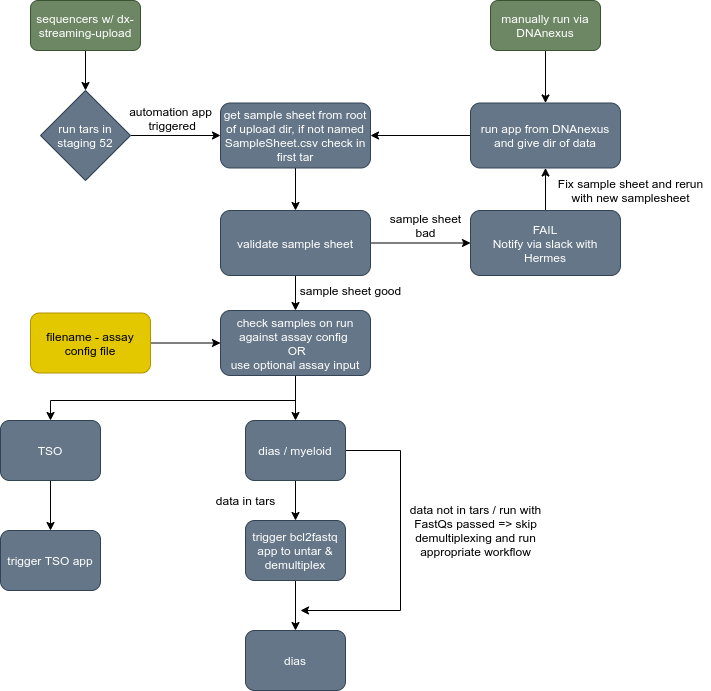
Above: images/workflow.png in eastgenomics/eggd_conductor (draw.io), before the change. Source tidied: cells renumbered, new cells last; positions are measured from the earlier drawing's top-left corner, leaving out a move shared by most shapes.
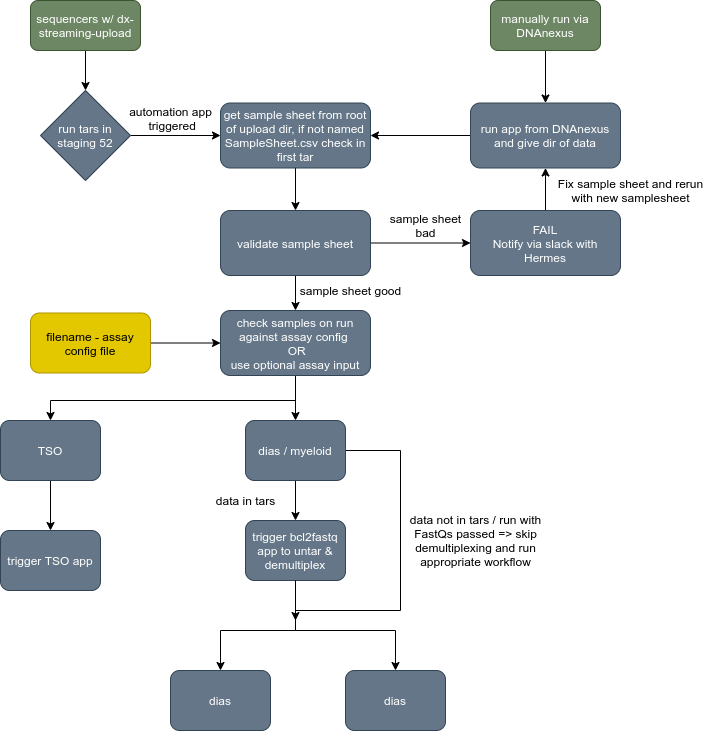
Later version of the same file.

Commit message:
update workflow diagram

Change to the diagram source:
```diff
@@ -81,9 +81,11 @@
     </mxCell>
     <mxCell id="26" style="edgeStyle=orthogonalEdgeStyle;rounded=0;jettySize=auto;html=1;strokeColor=#000000;" parent="1" edge="1" source="28">
       <mxGeometry relative="1" as="geometry">
-        <mxPoint x="300" y="610" as="targetPoint" />
+        <mxPoint x="295" y="620" as="targetPoint" />
         <Array as="points">
           <mxPoint x="400" y="450" />
+          <mxPoint x="400" y="610" />
+          <mxPoint x="295" y="610" />
         </Array>
       </mxGeometry>
     </mxCell>
@@ -99,8 +101,13 @@
     <mxCell id="30" value="TSO" style="rounded=1;whiteSpace=wrap;html=1;fillColor=#647687;strokeColor=#314354;fontColor=#ffffff;" parent="1" vertex="1">
       <mxGeometry y="420" width="100" height="60" as="geometry" />
     </mxCell>
-    <mxCell id="31" style="edgeStyle=orthogonalEdgeStyle;rounded=0;jettySize=auto;html=1;strokeColor=#000000;" parent="1" edge="1" source="32" target="34">
-      <mxGeometry relative="1" as="geometry" />
+    <mxCell id="31" style="edgeStyle=orthogonalEdgeStyle;rounded=0;jettySize=auto;html=1;strokeColor=#000000;entryX=0.5;entryY=0;entryDx=0;entryDy=0;" parent="1" edge="1" source="32" target="37">
+      <mxGeometry relative="1" as="geometry">
+        <Array as="points">
+          <mxPoint x="295" y="630" />
+          <mxPoint x="220" y="630" />
+        </Array>
+      </mxGeometry>
     </mxCell>
     <mxCell id="32" value="trigger bcl2fastq app to untar &amp;amp; demultiplex" style="rounded=1;whiteSpace=wrap;html=1;fillColor=#647687;strokeColor=#314354;fontColor=#ffffff;" parent="1" vertex="1">
       <mxGeometry x="245" y="520" width="100" height="60" as="geometry" />
@@ -109,13 +116,24 @@
       <mxGeometry x="210" y="490" width="70" height="20" as="geometry" />
     </mxCell>
     <mxCell id="34" value="dias" style="rounded=1;whiteSpace=wrap;html=1;fillColor=#647687;strokeColor=#314354;fontColor=#ffffff;" parent="1" vertex="1">
-      <mxGeometry x="245" y="630" width="100" height="60" as="geometry" />
+      <mxGeometry x="345" y="670" width="100" height="60" as="geometry" />
     </mxCell>
     <mxCell id="35" value="&lt;font color=&quot;#000000&quot;&gt;data not in tars / run with&lt;br&gt;FastQs passed =&amp;gt; skip&lt;br&gt;demultiplexing and run&lt;br&gt;appropriate workflow&lt;br&gt;&lt;/font&gt;" style="text;html=1;align=center;verticalAlign=middle;strokeColor=none;" parent="1" vertex="1">
-      <mxGeometry x="400" y="500" width="150" height="60" as="geometry" />
+      <mxGeometry x="400" y="510" width="150" height="60" as="geometry" />
     </mxCell>
     <mxCell id="36" value="trigger TSO app" style="rounded=1;whiteSpace=wrap;html=1;fillColor=#647687;strokeColor=#314354;fontColor=#ffffff;" parent="1" vertex="1">
       <mxGeometry y="530" width="100" height="60" as="geometry" />
     </mxCell>
+    <mxCell id="37" value="dias" style="rounded=1;whiteSpace=wrap;html=1;fillColor=#647687;strokeColor=#314354;fontColor=#ffffff;" parent="1" vertex="1">
+      <mxGeometry x="170" y="670" width="100" height="60" as="geometry" />
+    </mxCell>
+    <mxCell id="38" style="edgeStyle=orthogonalEdgeStyle;rounded=0;jettySize=auto;html=1;strokeColor=#000000;entryX=0.5;entryY=0;entryDx=0;entryDy=0;exitX=0.5;exitY=1;exitDx=0;exitDy=0;" parent="1" edge="1" source="32" target="34">
+      <mxGeometry relative="1" as="geometry">
+        <Array as="points">
+          <mxPoint x="295" y="630" />
+          <mxPoint x="395" y="630" />
+        </Array>
+      </mxGeometry>
+    </mxCell>
   </root>
 </mxGraphModel>
```
